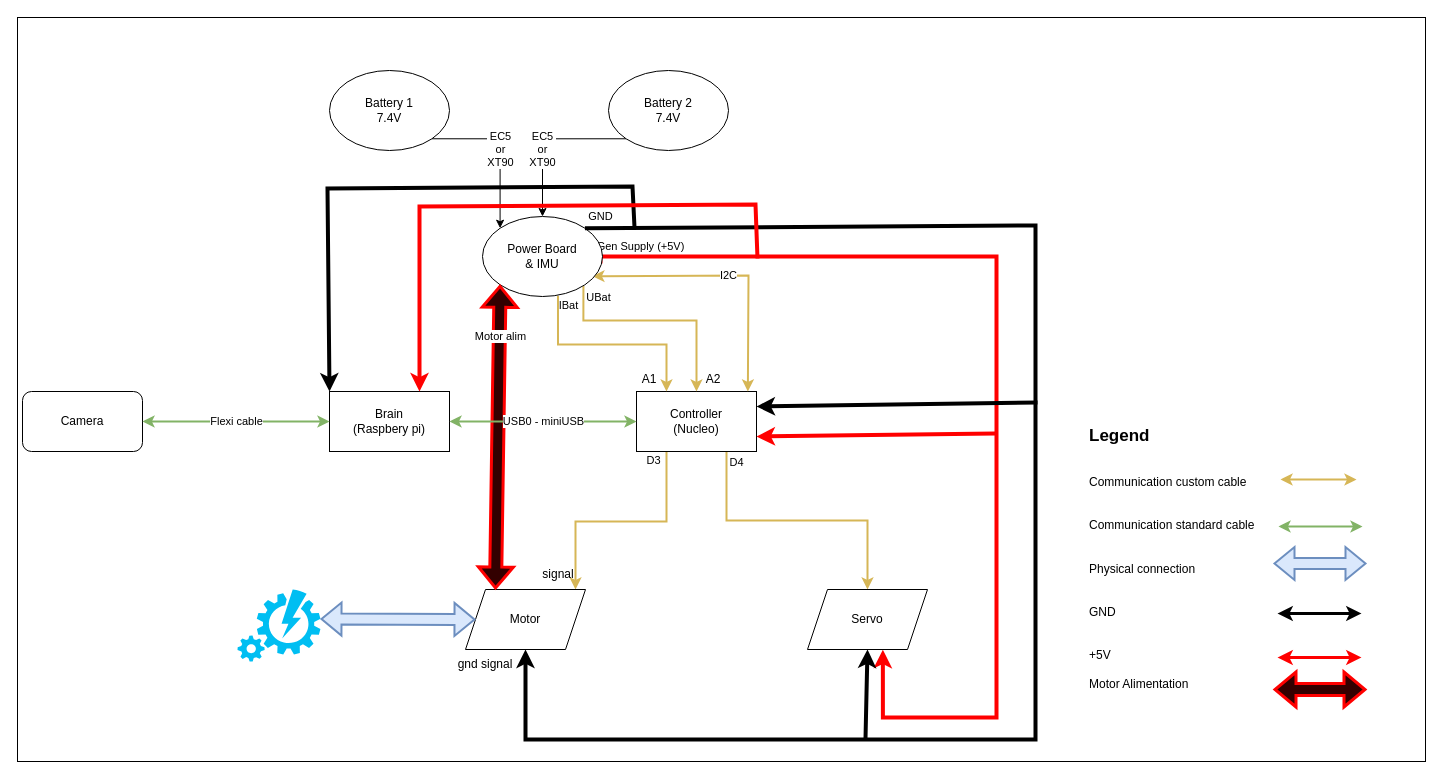
Before: source/images/hardwaresetupforcar/ConnectionDiagram.drawio in ECC-BFMC/Documentation, a draw.io diagram. Source tidied: cells renumbered, new cells numbered last; positions are measured from the earlier drawing's top-left corner, leaving out a move shared by most shapes. Both pictures are drawn from the tidied source at 100%, with x=0, y=0 at pixel (17, 17).
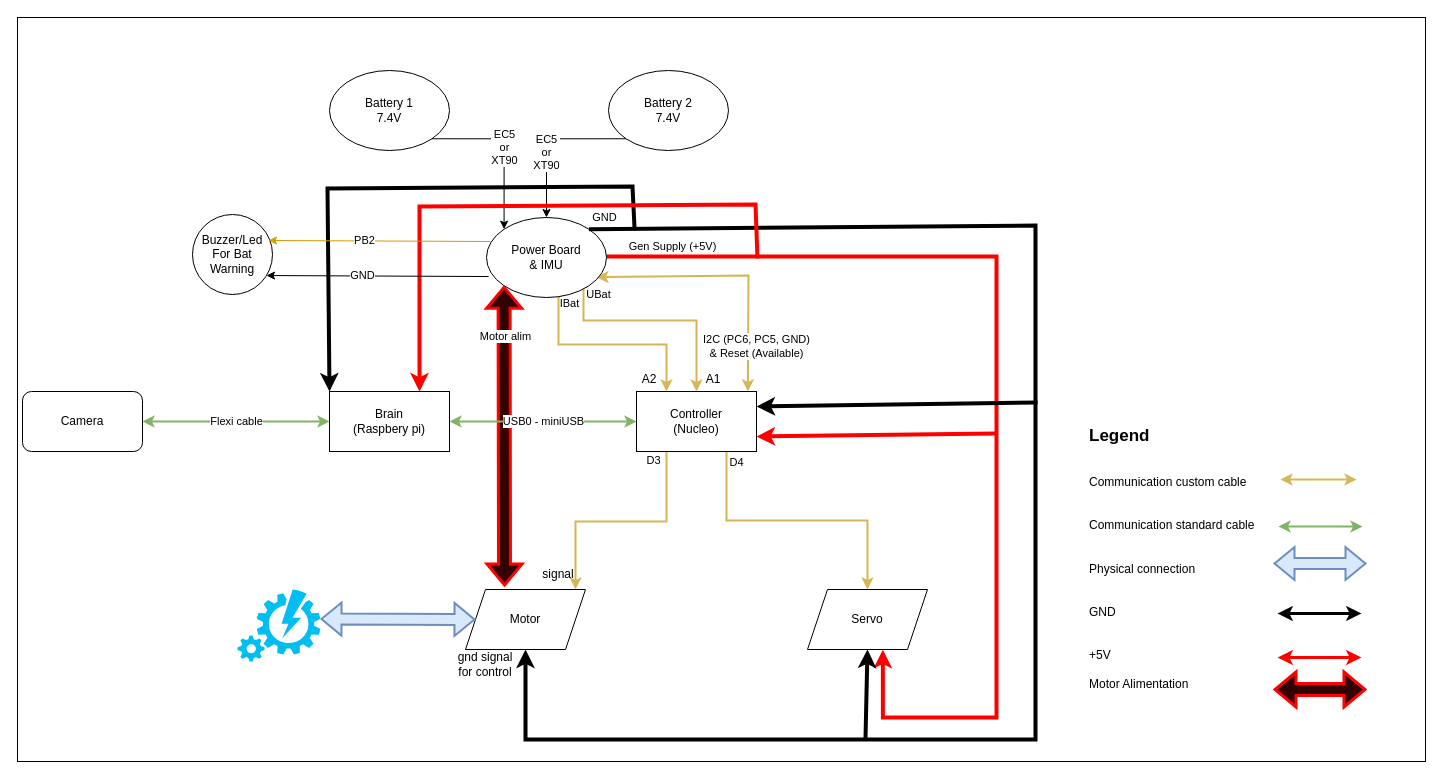
The same page after the edit.

The change refers to these unchanged cells:
```xml
<mxCell id="6" value="&lt;div&gt;Controller&lt;/div&gt;&lt;div&gt;(Nucleo)&lt;br&gt;&lt;/div&gt;" style="rounded=0;whiteSpace=wrap;html=1;" parent="1" vertex="1">
  <mxGeometry x="619" y="374" width="120" height="60" as="geometry" />
</mxCell>
<mxCell id="10" value="Motor" style="shape=parallelogram;perimeter=parallelogramPerimeter;whiteSpace=wrap;html=1;fixedSize=1;" parent="1" vertex="1">
  <mxGeometry x="448" y="572" width="120" height="60" as="geometry" />
</mxCell>
<mxCell id="11" value="Servo" style="shape=parallelogram;perimeter=parallelogramPerimeter;whiteSpace=wrap;html=1;fixedSize=1;" parent="1" vertex="1">
  <mxGeometry x="790" y="572" width="120" height="60" as="geometry" />
</mxCell>
```

Diff of the diagram source:
```diff
@@
-    <mxCell id="9" value="I2C" style="endArrow=classic;startArrow=classic;html=1;rounded=0;entryX=0.928;entryY=0;entryDx=0;entryDy=0;fillColor=#fff2cc;strokeColor=#d6b656;strokeWidth=2;exitX=0.916;exitY=0.746;exitDx=0;exitDy=0;exitPerimeter=0;entryPerimeter=0;" parent="1" edge="1" source="15" target="6">
-      <mxGeometry relative="1" as="geometry">
+    <mxCell id="9" value="&lt;div&gt;I2C (PC6, PC5, GND)&lt;/div&gt;&lt;div&gt;&amp;amp; Reset (Available)&lt;br&gt;&lt;/div&gt;" style="endArrow=classic;startArrow=classic;html=1;rounded=0;entryX=0.928;entryY=0;entryDx=0;entryDy=0;fillColor=#fff2cc;strokeColor=#d6b656;strokeWidth=2;exitX=0.916;exitY=0.746;exitDx=0;exitDy=0;exitPerimeter=0;entryPerimeter=0;" parent="1" edge="1" source="15" target="6">
+      <mxGeometry x="0.66" y="8" relative="1" as="geometry">
         <Array as="points">
           <mxPoint x="731" y="258" />
         </Array>
       </mxGeometry>
     </mxCell>
@@
-    <mxCell id="13" value="UBat" style="edgeStyle=orthogonalEdgeStyle;rounded=0;jettySize=auto;html=1;entryX=0.5;entryY=0;entryDx=0;entryDy=0;exitX=0.841;exitY=0.869;exitDx=0;exitDy=0;exitPerimeter=0;fillColor=#fff2cc;strokeColor=#d6b656;strokeWidth=2;" parent="1" edge="1" source="15" target="6">
+    <mxCell id="13" value="UBat " style="edgeStyle=orthogonalEdgeStyle;rounded=0;jettySize=auto;html=1;entryX=0.5;entryY=0;entryDx=0;entryDy=0;exitX=0.841;exitY=0.869;exitDx=0;exitDy=0;exitPerimeter=0;fillColor=#fff2cc;strokeColor=#d6b656;strokeWidth=2;" parent="1" edge="1" source="15" target="6">
       <mxGeometry x="-0.9" y="15" relative="1" as="geometry">
         <Array as="points">
           <mxPoint x="566" y="303" />
           <mxPoint x="679" y="303" />
         </Array>
       </mxGeometry>
     </mxCell>
     <mxCell id="14" value="Gen Supply (+5V)" style="edgeStyle=orthogonalEdgeStyle;rounded=0;jumpSize=21;jettySize=auto;html=1;exitX=0.983;exitY=0.588;exitDx=0;exitDy=0;strokeColor=#ff0000;strokeWidth=4;exitPerimeter=0;entryX=0.628;entryY=1.003;entryDx=0;entryDy=0;entryPerimeter=0;" parent="1" edge="1" source="15" target="11">
-      <mxGeometry x="-0.91" y="10" relative="1" as="geometry">
+      <mxGeometry x="-0.84" y="10" relative="1" as="geometry">
         <Array as="points">
           <mxPoint x="583" y="239" />
           <mxPoint x="979" y="239" />
           <mxPoint x="979" y="700" />
           <mxPoint x="865" y="700" />
         </Array>
       </mxGeometry>
     </mxCell>
     <mxCell id="15" value="Power Board&lt;br&gt;&amp;amp; IMU" style="ellipse;whiteSpace=wrap;html=1;" parent="1" vertex="1">
-      <mxGeometry x="465" y="199" width="120" height="80" as="geometry" />
+      <mxGeometry x="469" y="200" width="120" height="80" as="geometry" />
     </mxCell>
@@
-    <mxCell id="24" value="gnd signal" style="text;html=1;strokeColor=none;fillColor=none;align=center;verticalAlign=middle;whiteSpace=wrap;rounded=0;" parent="1" vertex="1">
+    <mxCell id="24" value="gnd signal for control" style="text;html=1;strokeColor=none;fillColor=none;align=center;verticalAlign=middle;whiteSpace=wrap;rounded=0;" parent="1" vertex="1">
       <mxGeometry x="434" y="632" width="68" height="30" as="geometry" />
     </mxCell>
-    <mxCell id="25" value="A2" style="text;html=1;strokeColor=none;fillColor=none;align=center;verticalAlign=middle;whiteSpace=wrap;rounded=0;" parent="1" vertex="1">
+    <mxCell id="25" value="A1" style="text;html=1;strokeColor=none;fillColor=none;align=center;verticalAlign=middle;whiteSpace=wrap;rounded=0;" parent="1" vertex="1">
       <mxGeometry x="666" y="347" width="60" height="30" as="geometry" />
     </mxCell>
-    <mxCell id="26" value="A1" style="text;html=1;strokeColor=none;fillColor=none;align=center;verticalAlign=middle;whiteSpace=wrap;rounded=0;" parent="1" vertex="1">
+    <mxCell id="26" value="A2" style="text;html=1;strokeColor=none;fillColor=none;align=center;verticalAlign=middle;whiteSpace=wrap;rounded=0;" parent="1" vertex="1">
       <mxGeometry x="602" y="347" width="60" height="30" as="geometry" />
     </mxCell>
@@
-    <mxCell id="38" value="Motor alim" style="shape=flexArrow;endArrow=classic;startArrow=classic;html=1;rounded=0;exitX=0.25;exitY=0;exitDx=0;exitDy=0;entryX=0;entryY=1;entryDx=0;entryDy=0;fillColor=#330000;strokeColor=#ff0000;gradientColor=none;strokeWidth=3;" parent="1" edge="1" source="10" target="15">
-      <mxGeometry x="0.66" y="-1" relative="1" as="geometry" />
+    <mxCell id="38" value="Motor alim" style="shape=flexArrow;endArrow=classic;startArrow=classic;html=1;rounded=0;entryX=0;entryY=1;entryDx=0;entryDy=0;fillColor=#330000;strokeColor=#ff0000;gradientColor=none;strokeWidth=3;" parent="1" edge="1" target="15">
+      <mxGeometry x="0.66" y="-1" relative="1" as="geometry">
+        <mxPoint x="487" y="569" as="sourcePoint" />
+      </mxGeometry>
     </mxCell>
@@
+    <mxCell id="41" value="&lt;div&gt;Buzzer/Led&lt;/div&gt;&lt;div&gt;For Bat Warning&lt;br&gt;&lt;/div&gt;" style="ellipse;whiteSpace=wrap;html=1;" parent="1" vertex="1">
+      <mxGeometry x="175" y="197" width="80" height="80" as="geometry" />
+    </mxCell>
+    <mxCell id="42" style="endArrow=classic;html=1;rounded=0;exitX=0.017;exitY=0.738;exitDx=0;exitDy=0;exitPerimeter=0;entryX=0.925;entryY=0.763;entryDx=0;entryDy=0;entryPerimeter=0;" parent="1" edge="1" source="15" target="41">
+      <mxGeometry relative="1" as="geometry" />
+    </mxCell>
+    <mxCell id="43" value="GND " style="edgeLabel;html=1;align=center;verticalAlign=middle;" parent="42" vertex="1">
+      <mxGeometry x="0.14" y="-1" relative="1" as="geometry" />
+    </mxCell>
+    <mxCell id="44" style="endArrow=classic;html=1;rounded=0;exitX=0.017;exitY=0.738;exitDx=0;exitDy=0;exitPerimeter=0;entryX=0.925;entryY=0.763;entryDx=0;entryDy=0;entryPerimeter=0;fillColor=#ffe6cc;strokeColor=#d79b00;" parent="1" edge="1">
+      <mxGeometry relative="1" as="geometry">
+        <mxPoint x="473" y="224" as="sourcePoint" />
+        <mxPoint x="251" y="223" as="targetPoint" />
+      </mxGeometry>
+    </mxCell>
+    <mxCell id="45" value="PB2" style="edgeLabel;html=1;align=center;verticalAlign=middle;" parent="44" vertex="1">
+      <mxGeometry x="0.14" y="-1" relative="1" as="geometry" />
+    </mxCell>
```
